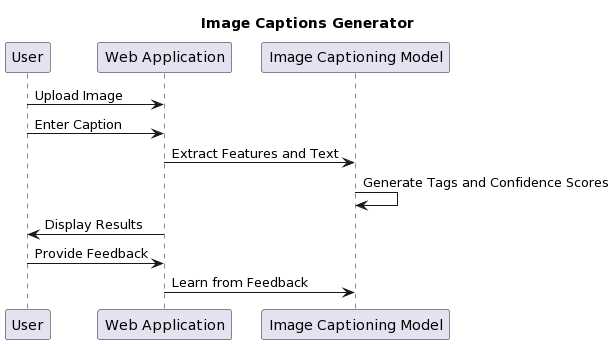
Nid04/Image-Caption-Generator keeps this PlantUML diagram as Sequence_Diagram.png. Above is the earlier version. Source of this version:
```plantuml
@startuml
title Image Captions Generator

participant User
participant "Web Application"
participant "Image Captioning Model"

User -> "Web Application" : Upload Image
User -> "Web Application" : Enter Caption
"Web Application" -> "Image Captioning Model" : Extract Features and Text
"Image Captioning Model" -> "Image Captioning Model" : Generate Tags and Confidence Scores
"Web Application" -> User : Display Results
User -> "Web Application" : Provide Feedback
"Web Application" -> "Image Captioning Model" : Learn from Feedback
@enduml
```
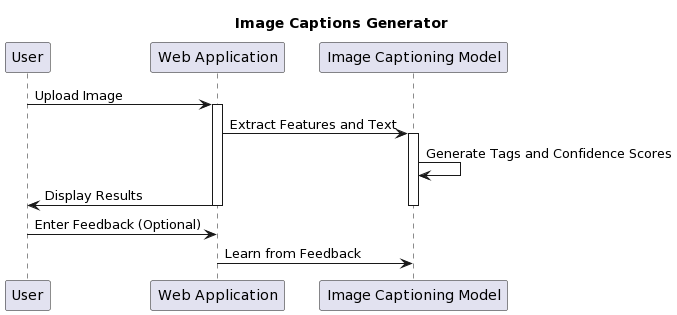
After the commit.

Commit message:
Updated Usecase & sequence Diagram

The edit, as a diff of the source:
```diff
@@ -6,10 +6,13 @@
 participant "Image Captioning Model"
 
 User -> "Web Application" : Upload Image
-User -> "Web Application" : Enter Caption
+activate "Web Application"
 "Web Application" -> "Image Captioning Model" : Extract Features and Text
+activate "Image Captioning Model"
 "Image Captioning Model" -> "Image Captioning Model" : Generate Tags and Confidence Scores
 "Web Application" -> User : Display Results
-User -> "Web Application" : Provide Feedback
+deactivate "Image Captioning Model"
+deactivate "Web Application"
+User -> "Web Application" : Enter Feedback (Optional)
 "Web Application" -> "Image Captioning Model" : Learn from Feedback
 @enduml
```
